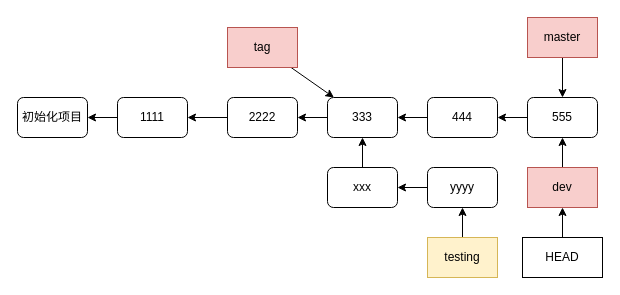
This is 05-前端工程化基础/合并版本/05_阶段五-前端工程化基础/Learn_Node_Webpack_Git/07_Git版本控制高级/01_branch.dio from never123450/CodeWhyfrontEndCode, a draw.io file, before an edit. Source tidied: cells renumbered, new cells numbered last; positions are measured from the earlier drawing's top-left corner, leaving out a move shared by most shapes. Both pictures are drawn from the tidied source at 100%, with x=0, y=0 at pixel (17, 17).
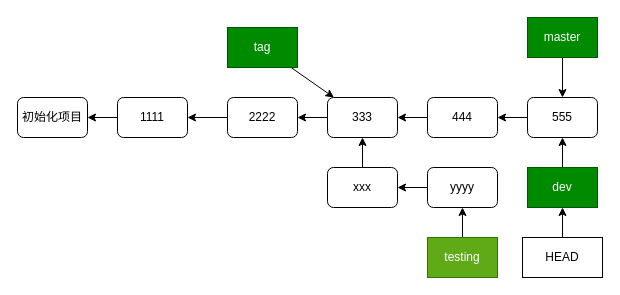
After the change.

What changed in the source:
```diff
@@
-    <mxCell id="10" value="master" style="rounded=0;whiteSpace=wrap;html=1;fillColor=#f8cecc;strokeColor=#b85450;" parent="1" vertex="1">
+    <mxCell id="10" value="master" style="rounded=0;whiteSpace=wrap;html=1;fillColor=#008a00;strokeColor=#005700;fontColor=#ffffff;" parent="1" vertex="1">
       <mxGeometry x="510" width="70" height="40" as="geometry" />
     </mxCell>
@@
-    <mxCell id="12" value="tag" style="rounded=0;whiteSpace=wrap;html=1;fillColor=#f8cecc;strokeColor=#b85450;" parent="1" vertex="1">
+    <mxCell id="12" value="tag" style="rounded=0;whiteSpace=wrap;html=1;fillColor=#008a00;strokeColor=#005700;fontColor=#ffffff;" parent="1" vertex="1">
       <mxGeometry x="210" y="10" width="70" height="40" as="geometry" />
     </mxCell>
@@
-    <mxCell id="14" value="testing" style="rounded=0;whiteSpace=wrap;html=1;fillColor=#fff2cc;strokeColor=#d6b656;" parent="1" vertex="1">
+    <mxCell id="14" value="testing" style="rounded=0;whiteSpace=wrap;html=1;fillColor=#60a917;strokeColor=#2D7600;fontColor=#ffffff;" parent="1" vertex="1">
       <mxGeometry x="410" y="220" width="70" height="40" as="geometry" />
     </mxCell>
@@
-    <mxCell id="24" value="dev" style="rounded=0;whiteSpace=wrap;html=1;fillColor=#f8cecc;strokeColor=#b85450;" parent="1" vertex="1">
+    <mxCell id="24" value="dev" style="rounded=0;whiteSpace=wrap;html=1;fillColor=#008a00;strokeColor=#005700;fontColor=#ffffff;" parent="1" vertex="1">
       <mxGeometry x="510" y="150" width="70" height="40" as="geometry" />
     </mxCell>
```
